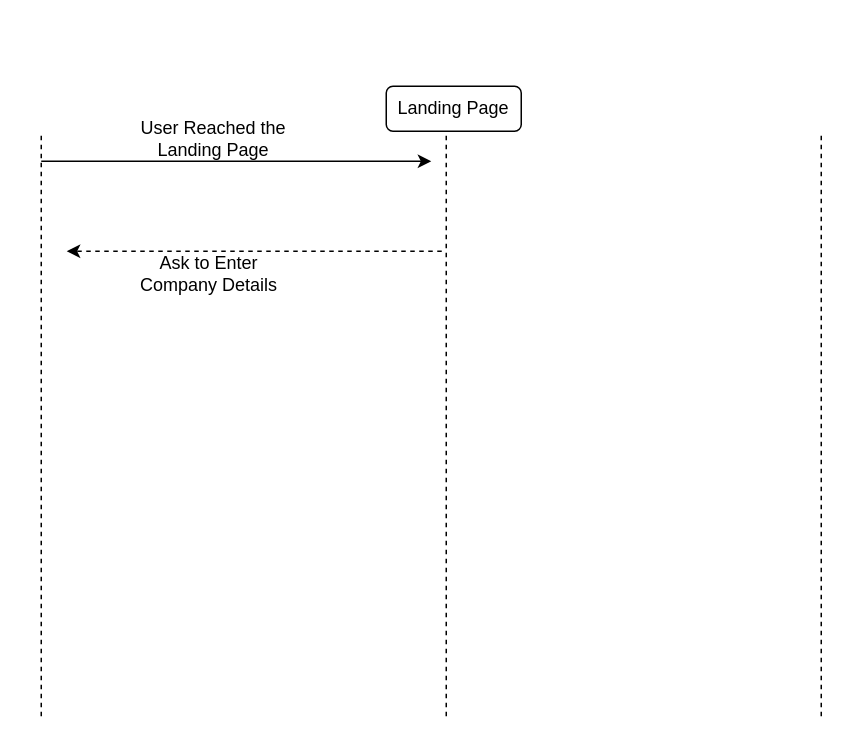
kanhaiyaverma2022/groceryonline keeps this draw.io diagram as CONFIGURATION.drawio. Above is the earlier version. Source tidied: cells renumbered, new cells numbered last; positions are measured from the earlier drawing's top-left corner, leaving out a move shared by most shapes. Both pictures are drawn from the tidied source at 150%, with x=0, y=0 at pixel (40, 86).
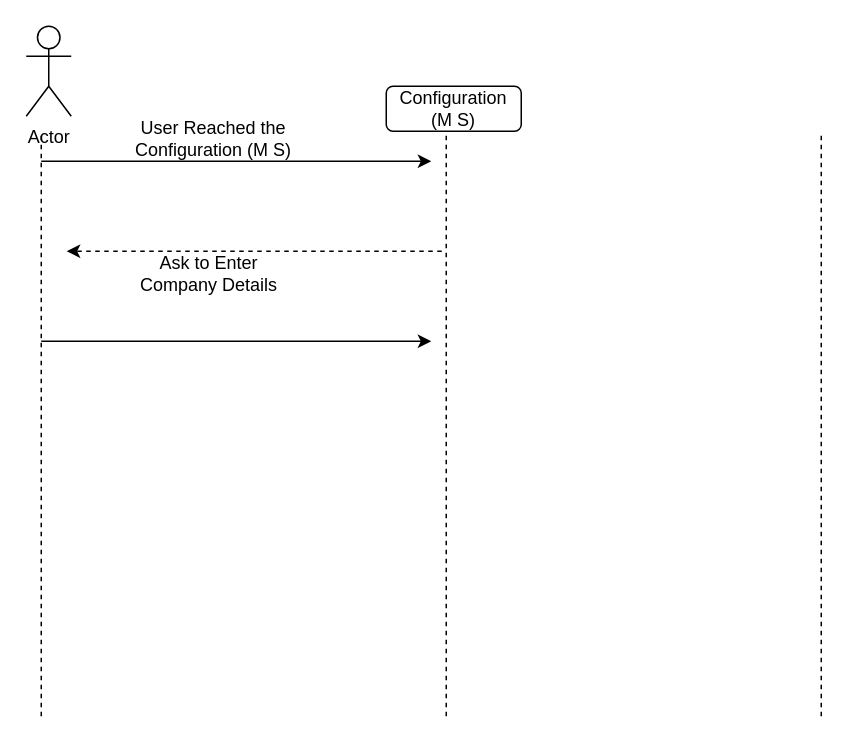
Above is the later version.

The edit, as a diff of the source:
```diff
@@
 <mxGraphModel>
   <root>
     <mxCell id="0" />
     <mxCell id="1" parent="0" />
     <mxCell id="2" style="endArrow=none;dashed=1;html=1;rounded=0;" parent="1" edge="1">
       <mxGeometry relative="1" as="geometry">
         <mxPoint y="420" as="sourcePoint" />
         <mxPoint y="30" as="targetPoint" />
       </mxGeometry>
     </mxCell>
     <mxCell id="3" style="endArrow=none;dashed=1;html=1;rounded=0;" parent="1" edge="1">
       <mxGeometry relative="1" as="geometry">
         <mxPoint x="270" y="420" as="sourcePoint" />
         <mxPoint x="270" y="30" as="targetPoint" />
       </mxGeometry>
     </mxCell>
     <mxCell id="4" style="endArrow=none;dashed=1;html=1;rounded=0;" parent="1" edge="1">
       <mxGeometry relative="1" as="geometry">
         <mxPoint x="520" y="420" as="sourcePoint" />
         <mxPoint x="520" y="30" as="targetPoint" />
       </mxGeometry>
     </mxCell>
     <mxCell id="5" style="endArrow=classic;html=1;rounded=0;" parent="1" edge="1">
       <mxGeometry relative="1" as="geometry">
         <mxPoint y="50" as="sourcePoint" />
         <mxPoint x="260" y="50" as="targetPoint" />
       </mxGeometry>
     </mxCell>
-    <mxCell id="6" value="User Reached the Landing Page" style="text;html=1;strokeColor=none;fillColor=none;align=center;verticalAlign=middle;whiteSpace=wrap;rounded=0;" parent="1" vertex="1">
+    <mxCell id="6" value="User Reached the Configuration (M S)" style="text;html=1;strokeColor=none;fillColor=none;align=center;verticalAlign=middle;whiteSpace=wrap;rounded=0;" parent="1" vertex="1">
       <mxGeometry x="50" y="20" width="130" height="30" as="geometry" />
     </mxCell>
-    <mxCell id="7" value="Landing Page" style="rounded=1;whiteSpace=wrap;html=1;" parent="1" vertex="1">
+    <mxCell id="7" value="Configuration (M S)" style="rounded=1;whiteSpace=wrap;html=1;" parent="1" vertex="1">
       <mxGeometry x="230" width="90" height="30" as="geometry" />
     </mxCell>
     <mxCell id="8" style="endArrow=classic;html=1;rounded=0;dashed=1;" parent="1" edge="1">
       <mxGeometry relative="1" as="geometry">
         <mxPoint x="267" y="110" as="sourcePoint" />
         <mxPoint x="17" y="110" as="targetPoint" />
       </mxGeometry>
     </mxCell>
     <mxCell id="9" value="Ask to Enter Company Details" style="text;html=1;strokeColor=none;fillColor=none;align=center;verticalAlign=middle;whiteSpace=wrap;rounded=0;" parent="1" vertex="1">
       <mxGeometry x="57" y="110" width="110" height="30" as="geometry" />
     </mxCell>
+    <mxCell id="10" style="endArrow=classic;html=1;rounded=0;" parent="1" edge="1">
+      <mxGeometry relative="1" as="geometry">
+        <mxPoint y="170" as="sourcePoint" />
+        <mxPoint x="260" y="170" as="targetPoint" />
+      </mxGeometry>
+    </mxCell>
+    <mxCell id="11" value="Actor" style="shape=umlActor;verticalLabelPosition=bottom;verticalAlign=top;html=1;" parent="1" vertex="1">
+      <mxGeometry x="-10" y="-40" width="30" height="60" as="geometry" />
+    </mxCell>
   </root>
 </mxGraphModel>
```
